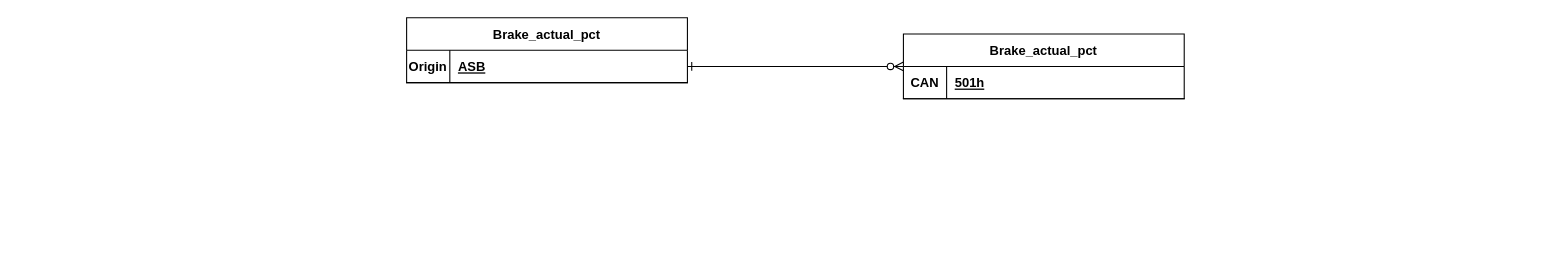
This is VCUFlowchart.drawio from swpinkerton/UGR-ASSI-function-for-Vehicle-control-unit-with-tests, a draw.io file, before an edit. Source tidied: cells renumbered, new cells numbered last; positions are measured from the earlier drawing's top-left corner, leaving out a move shared by most shapes. Both pictures are drawn from the tidied source at 108%, with x=0, y=0 at pixel (406, 17).
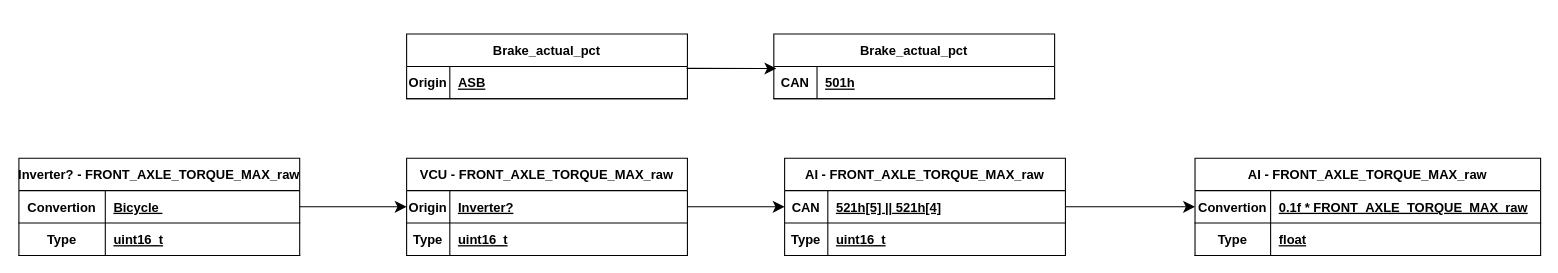
Above is the later version.

Unchanged cells that the change refers to:
```xml
<mxCell id="4" style="shape=partialRectangle;fillColor=none;points=[[0,0.5],[1,0.5]];portConstraint=eastwest;top=0;left=0;right=0;bottom=1;" parent="3" vertex="1">
  <mxGeometry y="30" width="260" height="30" as="geometry" />
</mxCell>
<mxCell id="8" style="shape=partialRectangle;fillColor=none;points=[[0,0.5],[1,0.5]];portConstraint=eastwest;top=0;left=0;right=0;bottom=1;" parent="7" vertex="1">
  <mxGeometry y="30" width="260" height="30" as="geometry" />
</mxCell>
```

Change to the diagram source:
```diff
@@
-    <mxCell id="2" style="edgeStyle=entityRelationEdgeStyle;endArrow=ERzeroToMany;startArrow=ERone;endFill=1;startFill=0;entryX=0;entryY=0.5;entryDx=0;entryDy=0;" parent="1" edge="1" source="4" target="7">
-      <mxGeometry relative="1" as="geometry" />
-    </mxCell>
     <mxCell id="3" value="Brake_actual_pct" style="shape=table;startSize=30;childLayout=tableLayout;rowLines=0;fontStyle=1;align=center;" parent="1" vertex="1">
-      <mxGeometry width="260" height="60" as="geometry" />
+      <mxGeometry y="15" width="260" height="60" as="geometry" />
     </mxCell>
@@
     <mxCell id="7" value="Brake_actual_pct" style="shape=table;startSize=30;childLayout=tableLayout;rowLines=0;fontStyle=1;align=center;" parent="1" vertex="1">
-      <mxGeometry x="460" y="15" width="260" height="60" as="geometry" />
+      <mxGeometry x="340" y="15" width="260" height="60" as="geometry" />
     </mxCell>
@@
+    <mxCell id="11" value="VCU - FRONT_AXLE_TORQUE_MAX_raw" style="shape=table;startSize=30;childLayout=tableLayout;rowLines=0;fontStyle=1;align=center;" parent="1" vertex="1">
+      <mxGeometry y="130" width="260" height="90" as="geometry" />
+    </mxCell>
+    <mxCell id="12" style="shape=partialRectangle;fillColor=none;points=[[0,0.5],[1,0.5]];portConstraint=eastwest;top=0;left=0;right=0;bottom=1;" parent="11" vertex="1">
+      <mxGeometry y="30" width="260" height="30" as="geometry" />
+    </mxCell>
+    <mxCell id="13" value="Origin" style="shape=partialRectangle;overflow=hidden;fillColor=none;top=0;left=0;bottom=0;right=0;fontStyle=1;" parent="12" vertex="1">
+      <mxGeometry width="40" height="30" as="geometry" />
+    </mxCell>
+    <mxCell id="14" value="Inverter?" style="shape=partialRectangle;overflow=hidden;fillColor=none;top=0;left=0;bottom=0;right=0;align=left;spacingLeft=6;fontStyle=5;" parent="12" vertex="1">
+      <mxGeometry x="40" width="220" height="30" as="geometry" />
+    </mxCell>
+    <mxCell id="15" style="shape=partialRectangle;fillColor=none;top=0;left=0;right=0;bottom=1;" parent="11" vertex="1">
+      <mxGeometry y="60" width="260" height="30" as="geometry" />
+    </mxCell>
+    <mxCell id="16" value="Type" style="shape=partialRectangle;overflow=hidden;fillColor=none;top=0;left=0;bottom=0;right=0;fontStyle=1;" parent="15" vertex="1">
+      <mxGeometry width="40" height="30" as="geometry" />
+    </mxCell>
+    <mxCell id="17" value="uint16_t" style="shape=partialRectangle;overflow=hidden;fillColor=none;top=0;left=0;bottom=0;right=0;align=left;spacingLeft=6;fontStyle=5;" parent="15" vertex="1">
+      <mxGeometry x="40" width="220" height="30" as="geometry" />
+    </mxCell>
+    <mxCell id="18" value="AI - FRONT_AXLE_TORQUE_MAX_raw" style="shape=table;startSize=30;childLayout=tableLayout;rowLines=0;fontStyle=1;align=center;" parent="1" vertex="1">
+      <mxGeometry x="350" y="130" width="260" height="90" as="geometry" />
+    </mxCell>
+    <mxCell id="19" style="shape=partialRectangle;fillColor=none;points=[[0,0.5],[1,0.5]];portConstraint=eastwest;top=0;left=0;right=0;bottom=1;" parent="18" vertex="1">
+      <mxGeometry y="30" width="260" height="30" as="geometry" />
+    </mxCell>
+    <mxCell id="20" value="CAN" style="shape=partialRectangle;overflow=hidden;fillColor=none;top=0;left=0;bottom=0;right=0;fontStyle=1;" parent="19" vertex="1">
+      <mxGeometry width="40" height="30" as="geometry" />
+    </mxCell>
+    <mxCell id="21" value="521h[5] || 521h[4]" style="shape=partialRectangle;overflow=hidden;fillColor=none;top=0;left=0;bottom=0;right=0;align=left;spacingLeft=6;fontStyle=5;" parent="19" vertex="1">
+      <mxGeometry x="40" width="220" height="30" as="geometry" />
+    </mxCell>
+    <mxCell id="22" style="shape=partialRectangle;fillColor=none;top=0;left=0;right=0;bottom=1;" parent="18" vertex="1">
+      <mxGeometry y="60" width="260" height="30" as="geometry" />
+    </mxCell>
+    <mxCell id="23" value="Type" style="shape=partialRectangle;overflow=hidden;fillColor=none;top=0;left=0;bottom=0;right=0;fontStyle=1;" parent="22" vertex="1">
+      <mxGeometry width="40" height="30" as="geometry" />
+    </mxCell>
+    <mxCell id="24" value="uint16_t" style="shape=partialRectangle;overflow=hidden;fillColor=none;top=0;left=0;bottom=0;right=0;align=left;spacingLeft=6;fontStyle=5;" parent="22" vertex="1">
+      <mxGeometry x="40" width="220" height="30" as="geometry" />
+    </mxCell>
+    <mxCell id="25" style="edgeStyle=none;curved=1;rounded=0;jettySize=auto;html=1;entryX=0;entryY=0.5;entryDx=0;entryDy=0;fontSize=12;startSize=8;endSize=8;" parent="1" edge="1" source="12" target="19">
+      <mxGeometry relative="1" as="geometry" />
+    </mxCell>
+    <mxCell id="26" style="edgeStyle=none;curved=1;rounded=0;jettySize=auto;html=1;entryX=0.009;entryY=0.067;entryDx=0;entryDy=0;entryPerimeter=0;fontSize=12;startSize=8;endSize=8;exitX=0.997;exitY=0.06;exitDx=0;exitDy=0;exitPerimeter=0;" parent="1" edge="1" source="4" target="8">
+      <mxGeometry relative="1" as="geometry" />
+    </mxCell>
+    <mxCell id="27" value="AI - FRONT_AXLE_TORQUE_MAX_raw" style="shape=table;startSize=30;childLayout=tableLayout;rowLines=0;fontStyle=1;align=center;" parent="1" vertex="1">
+      <mxGeometry x="730" y="130" width="320" height="90" as="geometry" />
+    </mxCell>
+    <mxCell id="28" style="shape=partialRectangle;fillColor=none;points=[[0,0.5],[1,0.5]];portConstraint=eastwest;top=0;left=0;right=0;bottom=1;" parent="27" vertex="1">
+      <mxGeometry y="30" width="320" height="30" as="geometry" />
+    </mxCell>
+    <mxCell id="29" value="Convertion" style="shape=partialRectangle;overflow=hidden;fillColor=none;top=0;left=0;bottom=0;right=0;fontStyle=1;" parent="28" vertex="1">
+      <mxGeometry width="70" height="30" as="geometry" />
+    </mxCell>
+    <mxCell id="30" value="0.1f * FRONT_AXLE_TORQUE_MAX_raw" style="shape=partialRectangle;overflow=hidden;fillColor=none;top=0;left=0;bottom=0;right=0;align=left;spacingLeft=6;fontStyle=5;" parent="28" vertex="1">
+      <mxGeometry x="70" width="250" height="30" as="geometry" />
+    </mxCell>
+    <mxCell id="31" style="shape=partialRectangle;fillColor=none;top=0;left=0;right=0;bottom=1;" parent="27" vertex="1">
+      <mxGeometry y="60" width="320" height="30" as="geometry" />
+    </mxCell>
+    <mxCell id="32" value="Type" style="shape=partialRectangle;overflow=hidden;fillColor=none;top=0;left=0;bottom=0;right=0;fontStyle=1;" parent="31" vertex="1">
+      <mxGeometry width="70" height="30" as="geometry" />
+    </mxCell>
+    <mxCell id="33" value="float" style="shape=partialRectangle;overflow=hidden;fillColor=none;top=0;left=0;bottom=0;right=0;align=left;spacingLeft=6;fontStyle=5;" parent="31" vertex="1">
+      <mxGeometry x="70" width="250" height="30" as="geometry" />
+    </mxCell>
+    <mxCell id="34" style="edgeStyle=none;curved=1;rounded=0;jettySize=auto;html=1;entryX=0;entryY=0.5;entryDx=0;entryDy=0;fontSize=12;startSize=8;endSize=8;" parent="1" edge="1" source="19" target="28">
+      <mxGeometry relative="1" as="geometry" />
+    </mxCell>
+    <mxCell id="35" value="Inverter? - FRONT_AXLE_TORQUE_MAX_raw" style="shape=table;startSize=30;childLayout=tableLayout;rowLines=0;fontStyle=1;align=center;" parent="1" vertex="1">
+      <mxGeometry x="-359" y="130" width="260" height="90" as="geometry" />
+    </mxCell>
+    <mxCell id="36" style="shape=partialRectangle;fillColor=none;points=[[0,0.5],[1,0.5]];portConstraint=eastwest;top=0;left=0;right=0;bottom=1;" parent="35" vertex="1">
+      <mxGeometry y="30" width="260" height="30" as="geometry" />
+    </mxCell>
+    <mxCell id="37" value="Convertion" style="shape=partialRectangle;overflow=hidden;fillColor=none;top=0;left=0;bottom=0;right=0;fontStyle=1;" parent="36" vertex="1">
+      <mxGeometry width="80" height="30" as="geometry" />
+    </mxCell>
+    <mxCell id="38" value="Bicycle " style="shape=partialRectangle;overflow=hidden;fillColor=none;top=0;left=0;bottom=0;right=0;align=left;spacingLeft=6;fontStyle=5;" parent="36" vertex="1">
+      <mxGeometry x="80" width="180" height="30" as="geometry" />
+    </mxCell>
+    <mxCell id="39" style="shape=partialRectangle;fillColor=none;top=0;left=0;right=0;bottom=1;" parent="35" vertex="1">
+      <mxGeometry y="60" width="260" height="30" as="geometry" />
+    </mxCell>
+    <mxCell id="40" value="Type" style="shape=partialRectangle;overflow=hidden;fillColor=none;top=0;left=0;bottom=0;right=0;fontStyle=1;" parent="39" vertex="1">
+      <mxGeometry width="80" height="30" as="geometry" />
+    </mxCell>
+    <mxCell id="41" value="uint16_t" style="shape=partialRectangle;overflow=hidden;fillColor=none;top=0;left=0;bottom=0;right=0;align=left;spacingLeft=6;fontStyle=5;" parent="39" vertex="1">
+      <mxGeometry x="80" width="180" height="30" as="geometry" />
+    </mxCell>
+    <mxCell id="42" style="edgeStyle=none;curved=1;rounded=0;jettySize=auto;html=1;fontSize=12;startSize=8;endSize=8;entryX=0;entryY=0.5;entryDx=0;entryDy=0;" parent="1" edge="1" source="36" target="12">
+      <mxGeometry relative="1" as="geometry" />
+    </mxCell>
```
